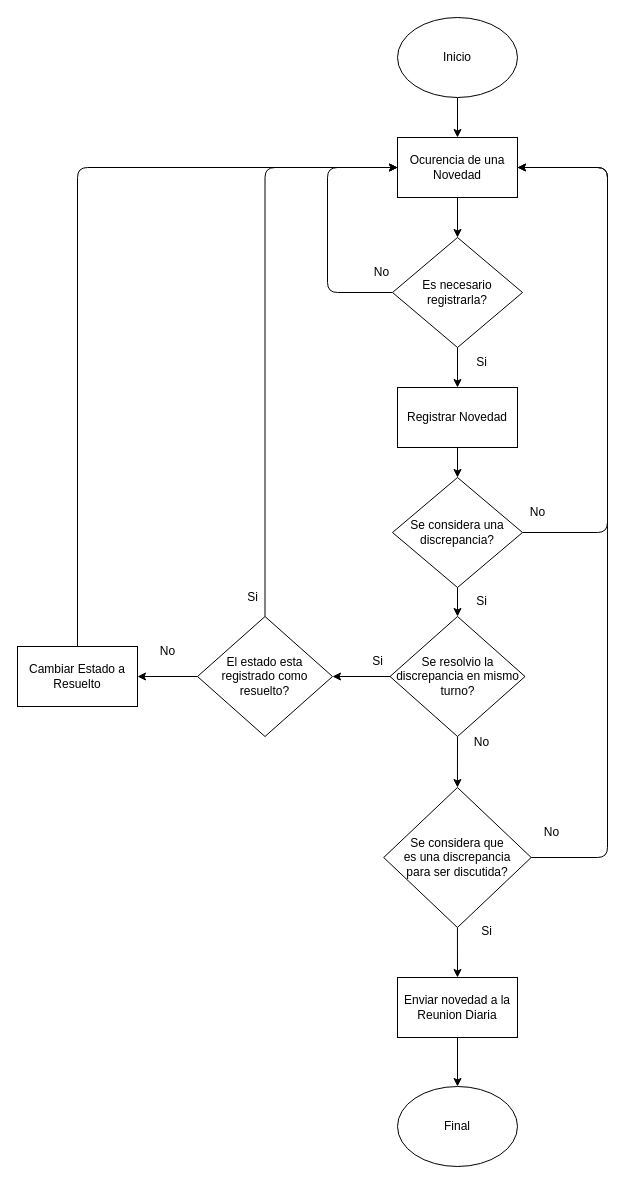
The draw.io diagram DiagramaDeFlujo.Drawio in NEODevs-T/LibroNovedades, before the edit. Source tidied: cells renumbered, new cells numbered last; positions are measured from the earlier drawing's top-left corner, leaving out a move shared by most shapes. Both pictures are drawn from the tidied source at 100%, with x=0, y=0 at pixel (17, 17).
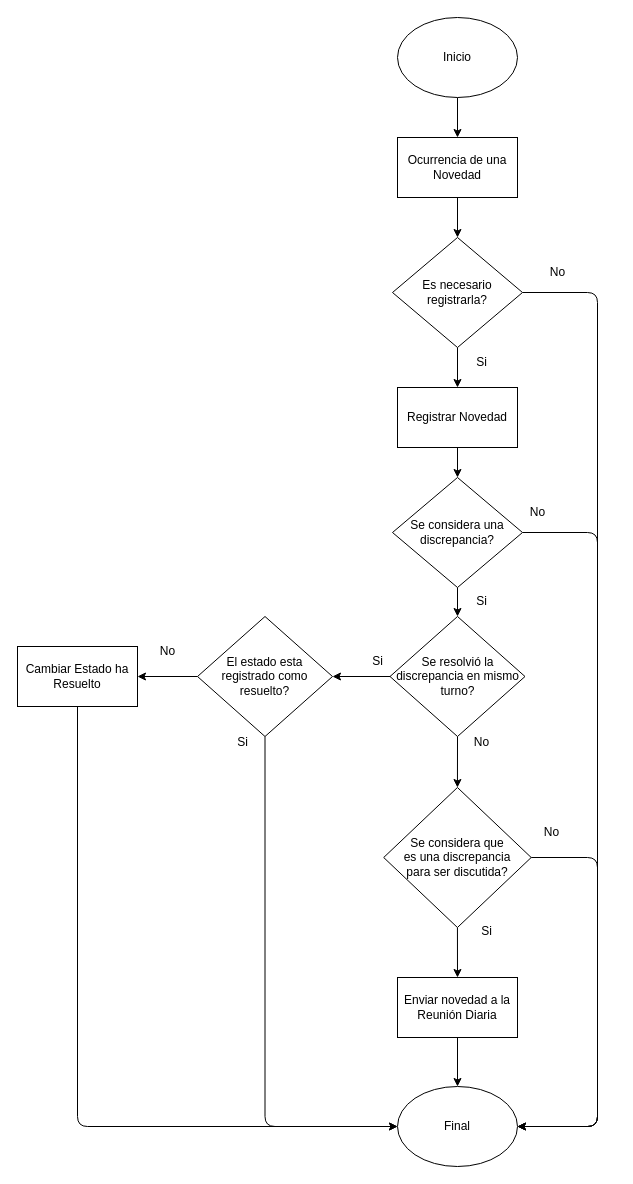
The same page after the edit.

Commit message (it also covers changes not shown here):
Cambios en el README y los Diagramas

Unchanged cells that the change refers to:
```xml
<mxCell id="4" value="Final" style="ellipse;whiteSpace=wrap;html=1;" parent="1" vertex="1">
  <mxGeometry x="380" y="1069" width="120" height="80" as="geometry" />
</mxCell>
<mxCell id="9" value="Es necesario registrarla?" style="rhombus;whiteSpace=wrap;html=1;" parent="1" vertex="1">
  <mxGeometry x="375" y="220" width="130" height="110" as="geometry" />
</mxCell>
<mxCell id="19" value="Se considera que&lt;br&gt;es una discrepancia &lt;br&gt;para ser discutida?" style="rhombus;whiteSpace=wrap;html=1;" parent="1" vertex="1">
  <mxGeometry x="366.2" y="770" width="147.5" height="140" as="geometry" />
</mxCell>
<mxCell id="22" value="El estado esta &lt;br&gt;registrado como resuelto?" style="rhombus;whiteSpace=wrap;html=1;" parent="1" vertex="1">
  <mxGeometry x="180" y="599" width="135" height="120" as="geometry" />
</mxCell>
<mxCell id="33" value="Se considera una discrepancia?" style="rhombus;whiteSpace=wrap;html=1;" parent="1" vertex="1">
  <mxGeometry x="375" y="460" width="130" height="110" as="geometry" />
</mxCell>
```

The edit, as a diff of the source:
```diff
@@
-    <mxCell id="6" value="Ocurencia de una Novedad" style="rounded=0;whiteSpace=wrap;html=1;" parent="1" vertex="1">
+    <mxCell id="6" value="Ocurrencia de una Novedad" style="rounded=0;whiteSpace=wrap;html=1;" parent="1" vertex="1">
       <mxGeometry x="380" y="120" width="120" height="60" as="geometry" />
     </mxCell>
-    <mxCell id="7" style="edgeStyle=orthogonalEdgeStyle;html=1;exitX=0;exitY=0.5;exitDx=0;exitDy=0;entryX=0;entryY=0.5;entryDx=0;entryDy=0;" parent="1" edge="1" source="9" target="6">
-      <mxGeometry relative="1" as="geometry">
-        <Array as="points">
-          <mxPoint x="310" y="275" />
-          <mxPoint x="310" y="150" />
-        </Array>
-      </mxGeometry>
-    </mxCell>
@@
+    <mxCell id="38" style="edgeStyle=orthogonalEdgeStyle;html=1;exitX=1;exitY=0.5;exitDx=0;exitDy=0;entryX=1;entryY=0.5;entryDx=0;entryDy=0;" parent="1" edge="1" source="9" target="4">
+      <mxGeometry relative="1" as="geometry">
+        <Array as="points">
+          <mxPoint x="580" y="275" />
+          <mxPoint x="580" y="1109" />
+        </Array>
+      </mxGeometry>
+    </mxCell>
@@
     <mxCell id="10" value="No" style="text;html=1;align=center;verticalAlign=middle;strokeColor=none;fillColor=none;" parent="1" vertex="1">
-      <mxGeometry x="344" y="240" width="40" height="30" as="geometry" />
+      <mxGeometry x="520" y="240" width="40" height="30" as="geometry" />
     </mxCell>
@@
-    <mxCell id="14" value="Se resolvio la discrepancia en mismo turno?" style="rhombus;whiteSpace=wrap;html=1;" parent="1" vertex="1">
+    <mxCell id="14" value="Se resolvió la discrepancia en mismo turno?" style="rhombus;whiteSpace=wrap;html=1;" parent="1" vertex="1">
       <mxGeometry x="372.5" y="599" width="135" height="120" as="geometry" />
     </mxCell>
@@
-    <mxCell id="17" style="edgeStyle=orthogonalEdgeStyle;html=1;exitX=1;exitY=0.5;exitDx=0;exitDy=0;entryX=1;entryY=0.5;entryDx=0;entryDy=0;" parent="1" edge="1" source="19" target="6">
-      <mxGeometry relative="1" as="geometry">
-        <Array as="points">
-          <mxPoint x="590" y="840" />
-          <mxPoint x="590" y="150" />
-        </Array>
-      </mxGeometry>
-    </mxCell>
@@
+    <mxCell id="39" style="edgeStyle=orthogonalEdgeStyle;html=1;exitX=1;exitY=0.5;exitDx=0;exitDy=0;entryX=1;entryY=0.5;entryDx=0;entryDy=0;" parent="1" edge="1" source="19" target="4">
+      <mxGeometry relative="1" as="geometry">
+        <Array as="points">
+          <mxPoint x="580" y="840" />
+          <mxPoint x="580" y="1109" />
+        </Array>
+      </mxGeometry>
+    </mxCell>
@@
-    <mxCell id="20" style="edgeStyle=orthogonalEdgeStyle;html=1;exitX=0.5;exitY=0;exitDx=0;exitDy=0;entryX=0;entryY=0.5;entryDx=0;entryDy=0;" parent="1" edge="1" source="22" target="6">
-      <mxGeometry relative="1" as="geometry" />
-    </mxCell>
@@
+    <mxCell id="40" style="edgeStyle=orthogonalEdgeStyle;html=1;exitX=0.5;exitY=1;exitDx=0;exitDy=0;entryX=0;entryY=0.5;entryDx=0;entryDy=0;" parent="1" edge="1" source="22" target="4">
+      <mxGeometry relative="1" as="geometry" />
+    </mxCell>
@@
     <mxCell id="23" value="Si" style="text;html=1;align=center;verticalAlign=middle;strokeColor=none;fillColor=none;" parent="1" vertex="1">
-      <mxGeometry x="220" y="565" width="30" height="30" as="geometry" />
+      <mxGeometry x="210" y="710" width="30" height="30" as="geometry" />
     </mxCell>
-    <mxCell id="24" style="edgeStyle=orthogonalEdgeStyle;html=1;exitX=0.5;exitY=0;exitDx=0;exitDy=0;entryX=0;entryY=0.5;entryDx=0;entryDy=0;" parent="1" edge="1" source="25" target="6">
-      <mxGeometry relative="1" as="geometry" />
-    </mxCell>
+    <mxCell id="41" style="edgeStyle=orthogonalEdgeStyle;html=1;exitX=0.5;exitY=1;exitDx=0;exitDy=0;entryX=0;entryY=0.5;entryDx=0;entryDy=0;" parent="1" edge="1" source="25" target="4">
+      <mxGeometry relative="1" as="geometry" />
+    </mxCell>
-    <mxCell id="25" value="Cambiar Estado a Resuelto" style="rounded=0;whiteSpace=wrap;html=1;" parent="1" vertex="1">
+    <mxCell id="25" value="Cambiar Estado ha Resuelto" style="rounded=0;whiteSpace=wrap;html=1;" parent="1" vertex="1">
       <mxGeometry y="629" width="120" height="60" as="geometry" />
     </mxCell>
@@
-    <mxCell id="29" value="Enviar novedad a la Reunion Diaria" style="rounded=0;whiteSpace=wrap;html=1;" parent="1" vertex="1">
+    <mxCell id="29" value="Enviar novedad a la Reunión Diaria" style="rounded=0;whiteSpace=wrap;html=1;" parent="1" vertex="1">
       <mxGeometry x="380" y="960" width="120" height="60" as="geometry" />
     </mxCell>
@@
-    <mxCell id="32" style="edgeStyle=orthogonalEdgeStyle;html=1;exitX=1;exitY=0.5;exitDx=0;exitDy=0;entryX=1;entryY=0.5;entryDx=0;entryDy=0;" parent="1" edge="1" source="33" target="6">
-      <mxGeometry relative="1" as="geometry">
-        <Array as="points">
-          <mxPoint x="590" y="515" />
-          <mxPoint x="590" y="150" />
-        </Array>
-      </mxGeometry>
-    </mxCell>
+    <mxCell id="42" style="edgeStyle=orthogonalEdgeStyle;html=1;exitX=1;exitY=0.5;exitDx=0;exitDy=0;entryX=1;entryY=0.5;entryDx=0;entryDy=0;" parent="1" edge="1" source="33" target="4">
+      <mxGeometry relative="1" as="geometry">
+        <Array as="points">
+          <mxPoint x="580" y="515" />
+          <mxPoint x="580" y="1109" />
+        </Array>
+      </mxGeometry>
+    </mxCell>
```
